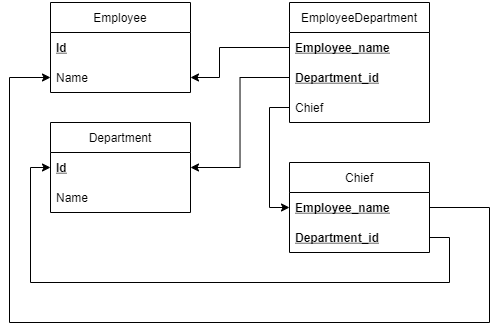
Before: visual_scheme_SQL-3_extra.png, a diagram exported from draw.io (Fmndkn/SQL_task). Source tidied: cells renumbered, new cells last; positions are measured from the earlier drawing's top-left corner, leaving out a move shared by most shapes.
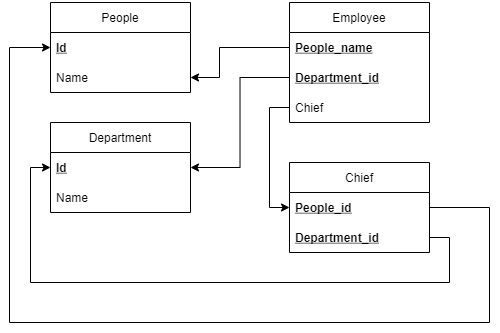
After the commit.

Change to the diagram source:
```diff
@@ -2,7 +2,7 @@
   <root>
     <mxCell id="0" />
     <mxCell id="1" parent="0" />
-    <mxCell id="2" value="Employee" style="swimlane;fontStyle=0;horizontal=1;startSize=30;" parent="1" vertex="1">
+    <mxCell id="2" value="People" style="swimlane;fontStyle=0;horizontal=1;startSize=30;" parent="1" vertex="1">
       <mxGeometry x="41" width="140" height="90" as="geometry" />
     </mxCell>
     <mxCell id="3" value="Id" style="text;strokeColor=none;fillColor=none;align=left;verticalAlign=middle;spacingLeft=4;spacingRight=4;overflow=hidden;points=[[0,0.5],[1,0.5]];portConstraint=eastwest;fontStyle=5;" parent="2" vertex="1">
@@ -14,7 +14,7 @@
     <mxCell id="5" value="Chief" style="swimlane;fontStyle=0;horizontal=1;startSize=30;" parent="1" vertex="1">
       <mxGeometry x="280" y="160" width="140" height="90" as="geometry" />
     </mxCell>
-    <mxCell id="6" value="Employee_name" style="text;strokeColor=none;fillColor=none;align=left;verticalAlign=middle;spacingLeft=4;spacingRight=4;overflow=hidden;points=[[0,0.5],[1,0.5]];portConstraint=eastwest;fontStyle=5;" parent="5" vertex="1">
+    <mxCell id="6" value="People_id" style="text;strokeColor=none;fillColor=none;align=left;verticalAlign=middle;spacingLeft=4;spacingRight=4;overflow=hidden;points=[[0,0.5],[1,0.5]];portConstraint=eastwest;fontStyle=5;" parent="5" vertex="1">
       <mxGeometry y="30" width="140" height="30" as="geometry" />
     </mxCell>
     <mxCell id="7" value="Department_id" style="text;strokeColor=none;fillColor=none;align=left;verticalAlign=middle;spacingLeft=4;spacingRight=4;overflow=hidden;points=[[0,0.5],[1,0.5]];portConstraint=eastwest;fontStyle=5;" parent="5" vertex="1">
@@ -29,10 +29,10 @@
     <mxCell id="10" value="Name" style="text;strokeColor=none;fillColor=none;align=left;verticalAlign=middle;spacingLeft=4;spacingRight=4;overflow=hidden;fontStyle=0;" parent="8" vertex="1">
       <mxGeometry y="60" width="140" height="30" as="geometry" />
     </mxCell>
-    <mxCell id="11" value="EmployeeDepartment" style="swimlane;fontStyle=0;horizontal=1;startSize=30;" parent="1" vertex="1">
+    <mxCell id="11" value="Employee" style="swimlane;fontStyle=0;horizontal=1;startSize=30;" parent="1" vertex="1">
       <mxGeometry x="280" width="140" height="120" as="geometry" />
     </mxCell>
-    <mxCell id="12" value="Employee_name" style="text;strokeColor=none;fillColor=none;align=left;verticalAlign=middle;spacingLeft=4;spacingRight=4;overflow=hidden;points=[[0,0.5],[1,0.5]];portConstraint=eastwest;fontStyle=5;" parent="11" vertex="1">
+    <mxCell id="12" value="People_name" style="text;strokeColor=none;fillColor=none;align=left;verticalAlign=middle;spacingLeft=4;spacingRight=4;overflow=hidden;points=[[0,0.5],[1,0.5]];portConstraint=eastwest;fontStyle=5;" parent="11" vertex="1">
       <mxGeometry y="30" width="140" height="30" as="geometry" />
     </mxCell>
     <mxCell id="13" value="Department_id" style="text;strokeColor=none;fillColor=none;align=left;verticalAlign=middle;spacingLeft=4;spacingRight=4;overflow=hidden;points=[[0,0.5],[1,0.5]];portConstraint=eastwest;fontStyle=5;" parent="11" vertex="1">
@@ -55,13 +55,13 @@
     <mxCell id="17" style="edgeStyle=orthogonalEdgeStyle;rounded=0;jettySize=auto;html=1;entryX=0;entryY=0.5;entryDx=0;entryDy=0;" parent="1" edge="1" source="14" target="6">
       <mxGeometry relative="1" as="geometry" />
     </mxCell>
-    <mxCell id="18" style="edgeStyle=orthogonalEdgeStyle;rounded=0;jettySize=auto;html=1;exitX=1;exitY=0.5;exitDx=0;exitDy=0;entryX=0;entryY=0.5;entryDx=0;entryDy=0;" parent="1" edge="1" source="6" target="4">
+    <mxCell id="18" style="edgeStyle=orthogonalEdgeStyle;rounded=0;jettySize=auto;html=1;exitX=1;exitY=0.5;exitDx=0;exitDy=0;entryX=0;entryY=0.5;entryDx=0;entryDy=0;" parent="1" edge="1" source="6" target="3">
       <mxGeometry relative="1" as="geometry">
         <Array as="points">
           <mxPoint x="480" y="205" />
           <mxPoint x="480" y="320" />
           <mxPoint y="320" />
-          <mxPoint y="75" />
+          <mxPoint y="45" />
         </Array>
       </mxGeometry>
     </mxCell>
```
